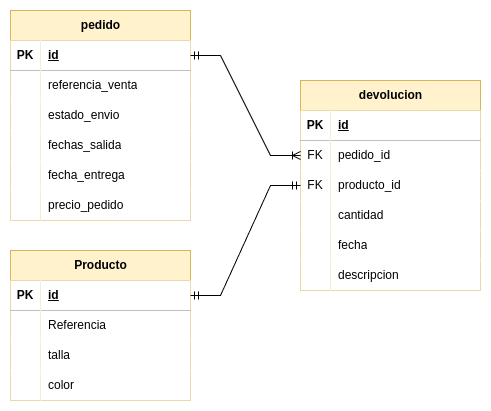
The draw.io diagram Diagramas/DB/Pedidos.png in Gilgamesh06/Ecommerce, before a commit. Source tidied: cells renumbered, new cells last; positions are measured from the earlier drawing's top-left corner, leaving out a move shared by most shapes.
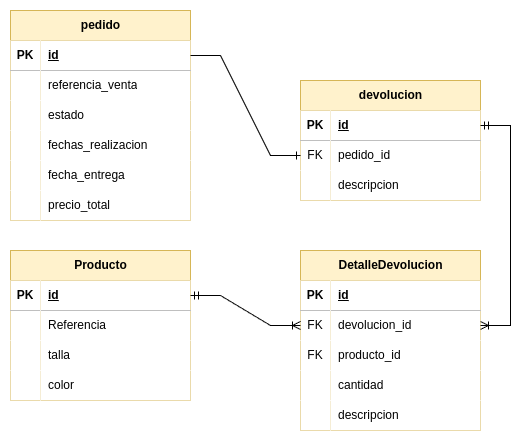
The same file after the commit.

The edit, as a diff of the source:
```diff
@@ -29,7 +29,7 @@
     <mxCell id="10" style="shape=partialRectangle;top=0;left=0;bottom=0;right=0;overflow=hidden;whiteSpace=wrap;html=1;" parent="9" vertex="1">
       <mxGeometry width="30" height="30" as="geometry" />
     </mxCell>
-    <mxCell id="11" value="estado_envio" style="shape=partialRectangle;top=0;left=0;bottom=0;right=0;align=left;spacingLeft=6;overflow=hidden;whiteSpace=wrap;html=1;" parent="9" vertex="1">
+    <mxCell id="11" value="estado" style="shape=partialRectangle;top=0;left=0;bottom=0;right=0;align=left;spacingLeft=6;overflow=hidden;whiteSpace=wrap;html=1;" parent="9" vertex="1">
       <mxGeometry x="30" width="150" height="30" as="geometry" />
     </mxCell>
     <mxCell id="12" style="shape=tableRow;horizontal=0;startSize=0;swimlaneHead=0;swimlaneBody=0;fillColor=none;top=0;left=0;right=0;bottom=0;" parent="2" vertex="1">
@@ -38,7 +38,7 @@
     <mxCell id="13" style="shape=partialRectangle;top=0;left=0;bottom=0;right=0;overflow=hidden;whiteSpace=wrap;html=1;" parent="12" vertex="1">
       <mxGeometry width="30" height="30" as="geometry" />
     </mxCell>
-    <mxCell id="14" value="fechas_salida" style="shape=partialRectangle;top=0;left=0;bottom=0;right=0;align=left;spacingLeft=6;overflow=hidden;whiteSpace=wrap;html=1;" parent="12" vertex="1">
+    <mxCell id="14" value="fechas_realizacion" style="shape=partialRectangle;top=0;left=0;bottom=0;right=0;align=left;spacingLeft=6;overflow=hidden;whiteSpace=wrap;html=1;" parent="12" vertex="1">
       <mxGeometry x="30" width="150" height="30" as="geometry" />
     </mxCell>
     <mxCell id="15" style="shape=tableRow;horizontal=0;startSize=0;swimlaneHead=0;swimlaneBody=0;fillColor=none;top=0;left=0;right=0;bottom=0;" parent="2" vertex="1">
@@ -56,11 +56,11 @@
     <mxCell id="19" style="shape=partialRectangle;top=0;left=0;bottom=0;right=0;overflow=hidden;whiteSpace=wrap;html=1;" parent="18" vertex="1">
       <mxGeometry width="30" height="30" as="geometry" />
     </mxCell>
-    <mxCell id="20" value="precio_pedido" style="shape=partialRectangle;top=0;left=0;bottom=0;right=0;align=left;spacingLeft=6;overflow=hidden;whiteSpace=wrap;html=1;" parent="18" vertex="1">
+    <mxCell id="20" value="precio_total" style="shape=partialRectangle;top=0;left=0;bottom=0;right=0;align=left;spacingLeft=6;overflow=hidden;whiteSpace=wrap;html=1;" parent="18" vertex="1">
       <mxGeometry x="30" width="150" height="30" as="geometry" />
     </mxCell>
     <mxCell id="21" value="devolucion" style="shape=table;startSize=30;rowLines=0;fontStyle=1;align=center;html=1;fillColor=#fff2cc;strokeColor=#d6b656;" parent="1" vertex="1">
-      <mxGeometry x="290" y="70" width="180" height="210" as="geometry" />
+      <mxGeometry x="290" y="70" width="180" height="120" as="geometry" />
     </mxCell>
     <mxCell id="22" style="shape=tableRow;horizontal=0;startSize=0;swimlaneHead=0;swimlaneBody=0;fillColor=none;points=[[0,0.5],[1,0.5]];portConstraint=eastwest;top=0;left=0;right=0;bottom=1;" parent="21" vertex="1">
       <mxGeometry y="30" width="180" height="30" as="geometry" />
@@ -80,35 +80,8 @@
     <mxCell id="27" value="pedido_id" style="shape=partialRectangle;top=0;left=0;bottom=0;right=0;align=left;spacingLeft=6;overflow=hidden;whiteSpace=wrap;html=1;" parent="25" vertex="1">
       <mxGeometry x="30" width="150" height="30" as="geometry" />
     </mxCell>
-    <mxCell id="28" style="shape=tableRow;horizontal=0;startSize=0;swimlaneHead=0;swimlaneBody=0;fillColor=none;top=0;left=0;right=0;bottom=0;" parent="21" vertex="1">
-      <mxGeometry y="90" width="180" height="30" as="geometry" />
-    </mxCell>
-    <mxCell id="29" value="FK" style="shape=partialRectangle;top=0;left=0;bottom=0;right=0;overflow=hidden;whiteSpace=wrap;html=1;" parent="28" vertex="1">
-      <mxGeometry width="30" height="30" as="geometry" />
-    </mxCell>
-    <mxCell id="30" value="producto_id" style="shape=partialRectangle;top=0;left=0;bottom=0;right=0;align=left;spacingLeft=6;overflow=hidden;whiteSpace=wrap;html=1;" parent="28" vertex="1">
-      <mxGeometry x="30" width="150" height="30" as="geometry" />
-    </mxCell>
-    <mxCell id="31" style="shape=tableRow;horizontal=0;startSize=0;swimlaneHead=0;swimlaneBody=0;fillColor=none;top=0;left=0;right=0;bottom=0;" parent="21" vertex="1">
-      <mxGeometry y="120" width="180" height="30" as="geometry" />
-    </mxCell>
-    <mxCell id="32" style="shape=partialRectangle;top=0;left=0;bottom=0;right=0;overflow=hidden;whiteSpace=wrap;html=1;" parent="31" vertex="1">
-      <mxGeometry width="30" height="30" as="geometry" />
-    </mxCell>
-    <mxCell id="33" value="cantidad" style="shape=partialRectangle;top=0;left=0;bottom=0;right=0;align=left;spacingLeft=6;overflow=hidden;whiteSpace=wrap;html=1;" parent="31" vertex="1">
-      <mxGeometry x="30" width="150" height="30" as="geometry" />
-    </mxCell>
-    <mxCell id="34" style="shape=tableRow;horizontal=0;startSize=0;swimlaneHead=0;swimlaneBody=0;fillColor=none;top=0;left=0;right=0;bottom=0;" parent="21" vertex="1">
-      <mxGeometry y="150" width="180" height="30" as="geometry" />
-    </mxCell>
-    <mxCell id="35" style="shape=partialRectangle;top=0;left=0;bottom=0;right=0;overflow=hidden;whiteSpace=wrap;html=1;" parent="34" vertex="1">
-      <mxGeometry width="30" height="30" as="geometry" />
-    </mxCell>
-    <mxCell id="36" value="fecha" style="shape=partialRectangle;top=0;left=0;bottom=0;right=0;align=left;spacingLeft=6;overflow=hidden;whiteSpace=wrap;html=1;" parent="34" vertex="1">
-      <mxGeometry x="30" width="150" height="30" as="geometry" />
-    </mxCell>
     <mxCell id="37" style="shape=tableRow;horizontal=0;startSize=0;swimlaneHead=0;swimlaneBody=0;fillColor=none;top=0;left=0;right=0;bottom=0;" parent="21" vertex="1">
-      <mxGeometry y="180" width="180" height="30" as="geometry" />
+      <mxGeometry y="90" width="180" height="30" as="geometry" />
     </mxCell>
     <mxCell id="38" style="shape=partialRectangle;top=0;left=0;bottom=0;right=0;overflow=hidden;whiteSpace=wrap;html=1;" parent="37" vertex="1">
       <mxGeometry width="30" height="30" as="geometry" />
@@ -155,11 +128,62 @@
     <mxCell id="52" value="color" style="shape=partialRectangle;fillColor=default;top=0;left=0;bottom=0;right=0;align=left;spacingLeft=6;overflow=hidden;whiteSpace=wrap;html=1;" parent="50" vertex="1">
       <mxGeometry x="30" width="150" height="30" as="geometry" />
     </mxCell>
-    <mxCell id="53" style="edgeStyle=entityRelationEdgeStyle;fontSize=12;html=1;endArrow=ERmandOne;startArrow=ERmandOne;rounded=0;entryX=0;entryY=0.5;entryDx=0;entryDy=0;exitX=1;exitY=0.5;exitDx=0;exitDy=0;" parent="1" edge="1" source="41" target="21">
-      <mxGeometry relative="1" as="geometry" />
-    </mxCell>
-    <mxCell id="54" style="edgeStyle=entityRelationEdgeStyle;fontSize=12;html=1;endArrow=ERoneToMany;startArrow=ERmandOne;rounded=0;entryX=0;entryY=0.5;entryDx=0;entryDy=0;exitX=1;exitY=0.5;exitDx=0;exitDy=0;" parent="1" edge="1" source="3" target="25">
+    <mxCell id="54" style="edgeStyle=entityRelationEdgeStyle;fontSize=12;html=1;endArrow=ERone;endFill=1;rounded=0;entryX=0;entryY=0.5;entryDx=0;entryDy=0;" parent="1" edge="1" source="3" target="25">
       <mxGeometry relative="1" as="geometry" />
     </mxCell>
+    <mxCell id="55" value="DetalleDevolucion" style="shape=table;startSize=30;rowLines=0;fontStyle=1;align=center;html=1;fillColor=#fff2cc;strokeColor=#d6b656;" parent="1" vertex="1">
+      <mxGeometry x="290" y="240" width="180" height="180" as="geometry" />
+    </mxCell>
+    <mxCell id="56" style="shape=tableRow;horizontal=0;startSize=0;swimlaneHead=0;swimlaneBody=0;fillColor=none;top=0;left=0;right=0;bottom=1;" parent="55" vertex="1">
+      <mxGeometry y="30" width="180" height="30" as="geometry" />
+    </mxCell>
+    <mxCell id="57" value="PK" style="shape=partialRectangle;fillColor=default;top=0;left=0;bottom=0;right=0;fontStyle=1;overflow=hidden;whiteSpace=wrap;html=1;" parent="56" vertex="1">
+      <mxGeometry width="30" height="30" as="geometry" />
+    </mxCell>
+    <mxCell id="58" value="id" style="shape=partialRectangle;fillColor=default;top=0;left=0;bottom=0;right=0;align=left;spacingLeft=6;fontStyle=5;overflow=hidden;whiteSpace=wrap;html=1;" parent="56" vertex="1">
+      <mxGeometry x="30" width="150" height="30" as="geometry" />
+    </mxCell>
+    <mxCell id="59" style="shape=tableRow;horizontal=0;startSize=0;swimlaneHead=0;swimlaneBody=0;fillColor=none;points=[[0,0.5],[1,0.5]];portConstraint=eastwest;top=0;left=0;right=0;bottom=0;" parent="55" vertex="1">
+      <mxGeometry y="60" width="180" height="30" as="geometry" />
+    </mxCell>
+    <mxCell id="60" value="FK" style="shape=partialRectangle;fillColor=default;top=0;left=0;bottom=0;right=0;overflow=hidden;whiteSpace=wrap;html=1;" parent="59" vertex="1">
+      <mxGeometry width="30" height="30" as="geometry" />
+    </mxCell>
+    <mxCell id="61" value="devolucion_id" style="shape=partialRectangle;fillColor=default;top=0;left=0;bottom=0;right=0;align=left;spacingLeft=6;overflow=hidden;whiteSpace=wrap;html=1;" parent="59" vertex="1">
+      <mxGeometry x="30" width="150" height="30" as="geometry" />
+    </mxCell>
+    <mxCell id="28" style="shape=tableRow;horizontal=0;startSize=0;swimlaneHead=0;swimlaneBody=0;fillColor=none;top=0;left=0;right=0;bottom=0;" parent="55" vertex="1">
+      <mxGeometry y="90" width="180" height="30" as="geometry" />
+    </mxCell>
+    <mxCell id="62" value="FK" style="shape=partialRectangle;fillColor=default;top=0;left=0;bottom=0;right=0;overflow=hidden;whiteSpace=wrap;html=1;" parent="28" vertex="1">
+      <mxGeometry width="30" height="30" as="geometry" />
+    </mxCell>
+    <mxCell id="30" value="producto_id" style="shape=partialRectangle;fillColor=default;top=0;left=0;bottom=0;right=0;align=left;spacingLeft=6;overflow=hidden;whiteSpace=wrap;html=1;" parent="28" vertex="1">
+      <mxGeometry x="30" width="150" height="30" as="geometry" />
+    </mxCell>
+    <mxCell id="31" style="shape=tableRow;horizontal=0;startSize=0;swimlaneHead=0;swimlaneBody=0;fillColor=none;top=0;left=0;right=0;bottom=0;" parent="55" vertex="1">
+      <mxGeometry y="120" width="180" height="30" as="geometry" />
+    </mxCell>
+    <mxCell id="63" style="shape=partialRectangle;fillColor=default;top=0;left=0;bottom=0;right=0;overflow=hidden;whiteSpace=wrap;html=1;" parent="31" vertex="1">
+      <mxGeometry width="30" height="30" as="geometry" />
+    </mxCell>
+    <mxCell id="33" value="cantidad" style="shape=partialRectangle;fillColor=default;top=0;left=0;bottom=0;right=0;align=left;spacingLeft=6;overflow=hidden;whiteSpace=wrap;html=1;" parent="31" vertex="1">
+      <mxGeometry x="30" width="150" height="30" as="geometry" />
+    </mxCell>
+    <mxCell id="34" style="shape=tableRow;horizontal=0;startSize=0;swimlaneHead=0;swimlaneBody=0;fillColor=none;top=0;left=0;right=0;bottom=0;" parent="55" vertex="1">
+      <mxGeometry y="150" width="180" height="30" as="geometry" />
+    </mxCell>
+    <mxCell id="64" style="shape=partialRectangle;fillColor=default;top=0;left=0;bottom=0;right=0;overflow=hidden;whiteSpace=wrap;html=1;" parent="34" vertex="1">
+      <mxGeometry width="30" height="30" as="geometry" />
+    </mxCell>
+    <mxCell id="65" value="descripcion" style="shape=partialRectangle;fillColor=default;top=0;left=0;bottom=0;right=0;align=left;spacingLeft=6;overflow=hidden;whiteSpace=wrap;html=1;" parent="34" vertex="1">
+      <mxGeometry x="30" width="150" height="30" as="geometry" />
+    </mxCell>
+    <mxCell id="66" style="edgeStyle=entityRelationEdgeStyle;fontSize=12;html=1;endArrow=ERoneToMany;startArrow=ERmandOne;rounded=0;" parent="1" edge="1" source="22" target="59">
+      <mxGeometry relative="1" as="geometry" />
+    </mxCell>
+    <mxCell id="67" style="edgeStyle=entityRelationEdgeStyle;fontSize=12;html=1;endArrow=ERoneToMany;startArrow=ERmandOne;rounded=0;entryX=0;entryY=0.5;entryDx=0;entryDy=0;" parent="1" edge="1" source="41" target="59">
+      <mxGeometry relative="1" as="geometry" />
+    </mxCell>
   </root>
 </mxGraphModel>
```
